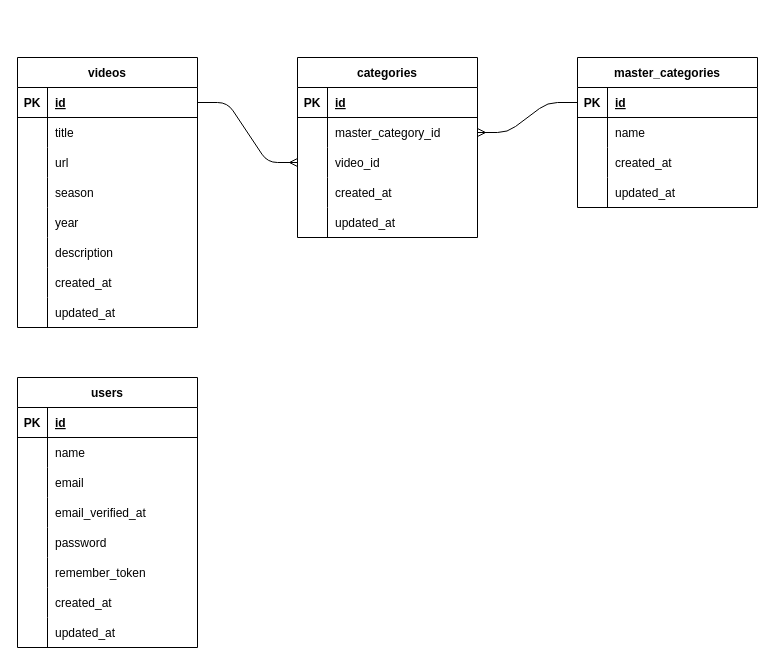
Before: videolibrary_er.drawio in 0gravity000/videolibrary, a draw.io diagram. Source tidied: cells renumbered, new cells numbered last; positions are measured from the earlier drawing's top-left corner, leaving out a move shared by most shapes. Both pictures are drawn from the tidied source at 100%, with x=0, y=0 at pixel (17, 57).
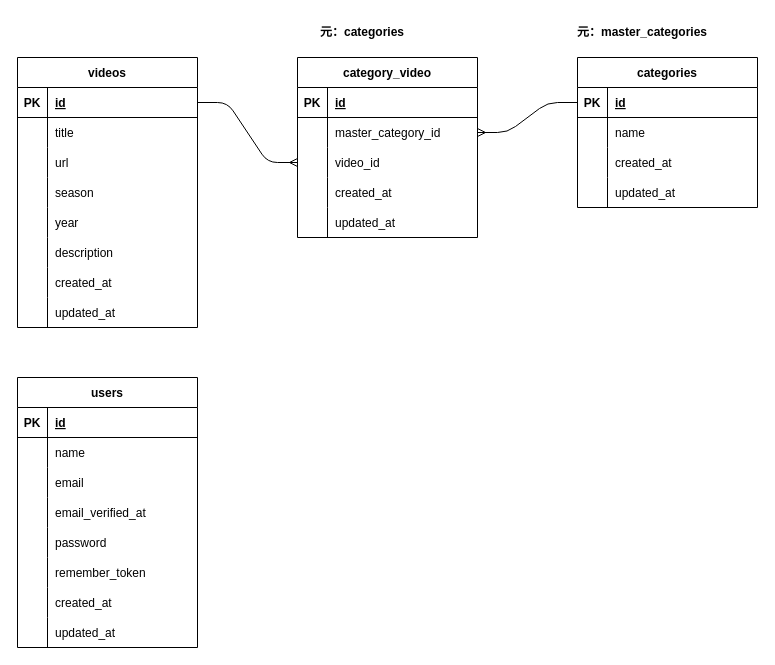
The same diagram, later.

Commit message:
ER図修正 テーブル名を命名規則に則り変更

Change to the diagram source:
```diff
@@
-    <mxCell id="27" value="categories" style="shape=table;startSize=30;childLayout=tableLayout;rowLines=0;fontStyle=1;align=center;" parent="1" vertex="1">
+    <mxCell id="27" value="category_video" style="shape=table;startSize=30;childLayout=tableLayout;rowLines=0;fontStyle=1;align=center;" parent="1" vertex="1">
       <mxGeometry x="280" width="180" height="180" as="geometry" />
     </mxCell>
@@
-    <mxCell id="43" value="master_categories" style="shape=table;startSize=30;childLayout=tableLayout;rowLines=0;fontStyle=1;align=center;" parent="1" vertex="1">
+    <mxCell id="43" value="categories" style="shape=table;startSize=30;childLayout=tableLayout;rowLines=0;fontStyle=1;align=center;" parent="1" vertex="1">
       <mxGeometry x="560" width="180" height="150" as="geometry" />
     </mxCell>
@@
+    <mxCell id="83" value="&lt;span style=&quot;font-weight: 700&quot;&gt;元：categories&lt;/span&gt;" style="text;html=1;strokeColor=none;fillColor=none;align=center;verticalAlign=middle;whiteSpace=wrap;rounded=0;" parent="1" vertex="1">
+      <mxGeometry x="280" y="-40" width="130" height="30" as="geometry" />
+    </mxCell>
+    <mxCell id="84" value="&lt;span style=&quot;font-weight: 700&quot;&gt;元：master_categories&lt;/span&gt;" style="text;html=1;strokeColor=none;fillColor=none;align=center;verticalAlign=middle;whiteSpace=wrap;rounded=0;" parent="1" vertex="1">
+      <mxGeometry x="550" y="-40" width="150" height="30" as="geometry" />
+    </mxCell>
```
